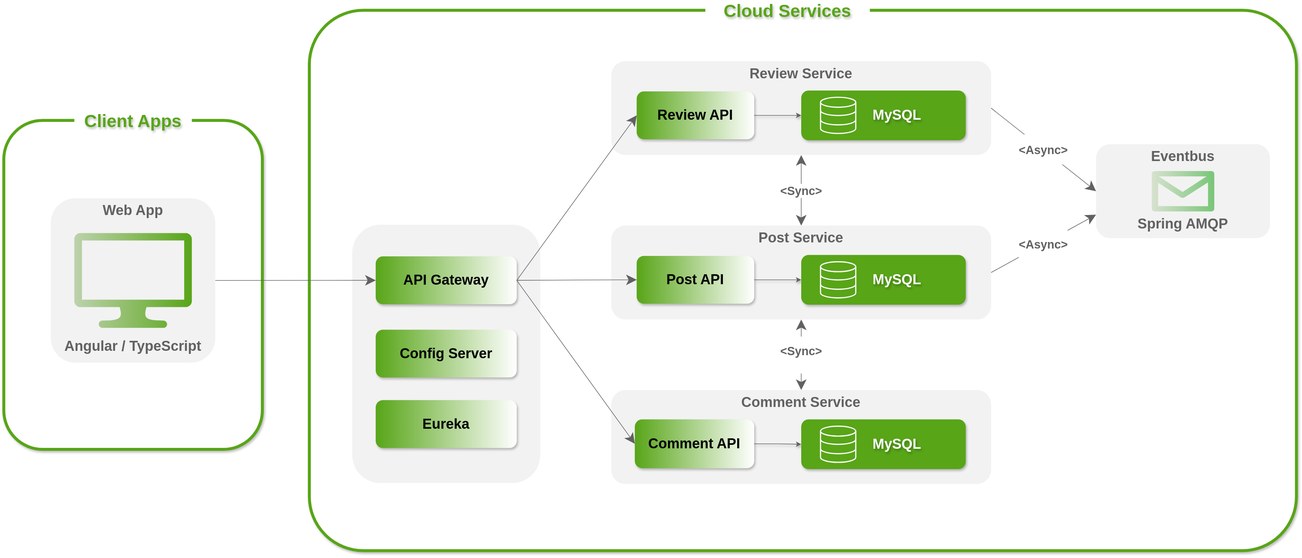
This is architecture/architecture.drawio.svg from pxlit-projects/project-Su-zenGeurtsPXL-1, a draw.io export, as it was before one commit. Source tidied: cells renumbered, new cells last; positions are measured from the earlier drawing's top-left corner, leaving out a move shared by most shapes.
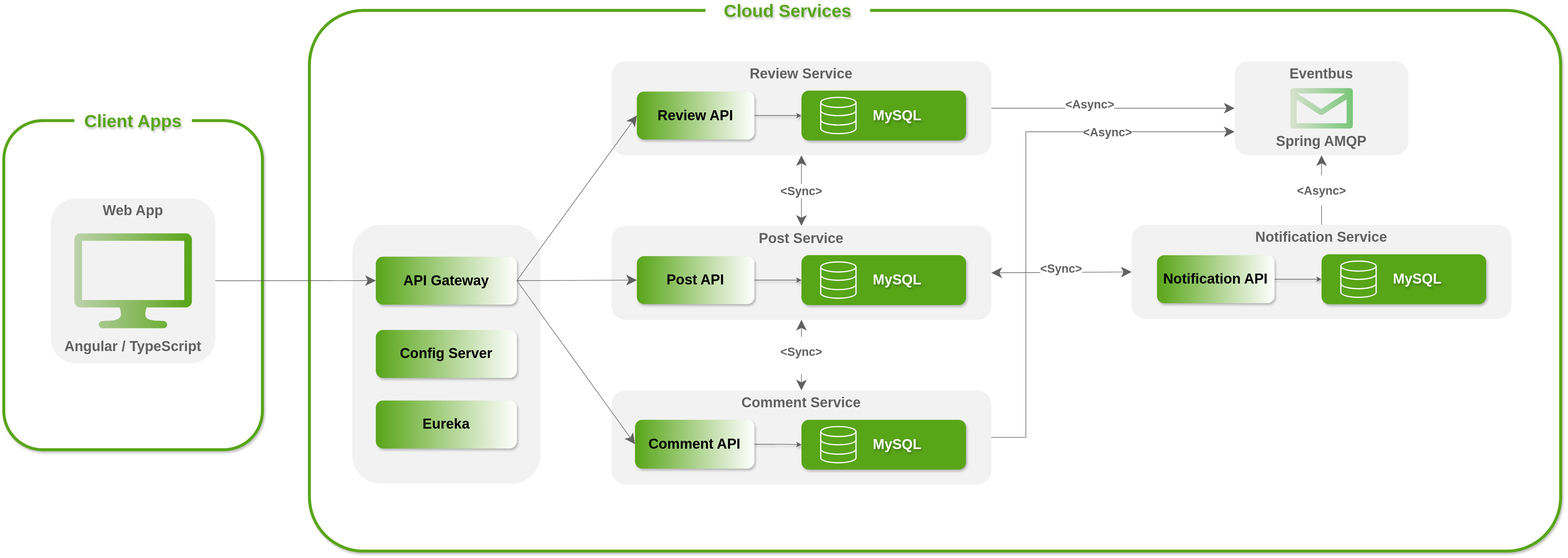
The same file after the commit.

Commit message:
[SETUP] #1 Updated architecture

Diff of the diagram source:
```diff
@@ -3,7 +3,7 @@
     <mxCell id="0" />
     <mxCell id="1" parent="0" />
     <mxCell id="2" value="00" style="rounded=1;whiteSpace=wrap;html=1;strokeColor=#58A518;strokeWidth=5;shadow=1;glass=0;fillColor=default;arcSize=10;" parent="1" vertex="1">
-      <mxGeometry x="520" y="14" width="1680" height="920" as="geometry" />
+      <mxGeometry x="520" y="14" width="2129" height="920" as="geometry" />
     </mxCell>
     <mxCell id="3" style="rounded=1;whiteSpace=wrap;html=1;strokeColor=none;fillColor=#F2F2F2;verticalAlign=top;fontStyle=1;fontColor=#616161;fontSize=24;align=center;gradientColor=none;" parent="1" vertex="1">
       <mxGeometry x="593" y="379" width="320" height="440" as="geometry" />
@@ -75,10 +75,12 @@
       <mxGeometry relative="1" as="geometry" />
     </mxCell>
     <mxCell id="26" value="Eventbus" style="rounded=1;whiteSpace=wrap;html=1;strokeColor=none;fillColor=#f2f2f2;verticalAlign=top;fontStyle=1;fontColor=#616161;fontSize=24;align=center;" parent="1" vertex="1">
-      <mxGeometry x="1859" y="242" width="296" height="160" as="geometry" />
+      <mxGeometry x="2094.2" y="100.5" width="296" height="160" as="geometry" />
     </mxCell>
     <mxCell id="27" value="&lt;br&gt;&lt;span style=&quot;color: rgb(97, 97, 97); font-family: Helvetica; font-size: 20px; font-style: normal; font-variant-ligatures: normal; font-variant-caps: normal; font-weight: 700; letter-spacing: normal; orphans: 2; text-align: center; text-indent: 0px; text-transform: none; widows: 2; word-spacing: 0px; -webkit-text-stroke-width: 0px; white-space: nowrap; background-color: rgb(255, 255, 255); text-decoration-thickness: initial; text-decoration-style: initial; text-decoration-color: initial; display: inline !important; float: none;&quot;&gt;&amp;lt;Async&amp;gt;&lt;/span&gt;&lt;div&gt;&lt;br/&gt;&lt;/div&gt;" style="rounded=0;jettySize=auto;html=1;startArrow=classic;startFill=1;endArrow=none;endFill=0;endSize=15;startSize=15;strokeColor=#616161;entryX=1;entryY=0.5;entryDx=0;entryDy=0;exitX=0;exitY=0.5;exitDx=0;exitDy=0;" parent="1" edge="1" source="26" target="12">
-      <mxGeometry relative="1" as="geometry" />
+      <mxGeometry x="0.18" y="-8" relative="1" as="geometry">
+        <mxPoint x="-1" as="offset" />
+      </mxGeometry>
     </mxCell>
     <mxCell id="28" style="rounded=0;jettySize=auto;html=1;startArrow=classic;startFill=1;endArrow=none;endFill=0;endSize=15;startSize=15;strokeColor=#616161;entryX=1;entryY=0.5;entryDx=0;entryDy=0;exitX=0;exitY=0.5;exitDx=0;exitDy=0;" parent="1" edge="1" source="18" target="8">
       <mxGeometry relative="1" as="geometry" />
@@ -104,14 +106,41 @@
     <mxCell id="35" style="sketch=0;shadow=0;dashed=0;html=1;strokeColor=none;fillColor=#58A518;labelPosition=center;verticalLabelPosition=bottom;verticalAlign=top;align=center;shape=mxgraph.office.devices.lcd_monitor;fontColor=#000000;gradientColor=#BDD2AC;gradientDirection=west;" parent="1" vertex="1">
       <mxGeometry x="120" y="393.3" width="200" height="161.4" as="geometry" />
     </mxCell>
-    <mxCell id="36" value="&lt;br&gt;&lt;span style=&quot;color: rgb(97, 97, 97); font-family: Helvetica; font-size: 20px; font-style: normal; font-variant-ligatures: normal; font-variant-caps: normal; font-weight: 700; letter-spacing: normal; orphans: 2; text-align: center; text-indent: 0px; text-transform: none; widows: 2; word-spacing: 0px; -webkit-text-stroke-width: 0px; white-space: nowrap; background-color: rgb(255, 255, 255); text-decoration-thickness: initial; text-decoration-style: initial; text-decoration-color: initial; display: inline !important; float: none;&quot;&gt;&amp;lt;Async&amp;gt;&lt;/span&gt;&lt;div&gt;&lt;br/&gt;&lt;/div&gt;" style="rounded=0;jettySize=auto;html=1;startArrow=classic;startFill=1;endArrow=none;endFill=0;endSize=15;startSize=15;strokeColor=#616161;entryX=1;entryY=0.5;entryDx=0;entryDy=0;exitX=0;exitY=0.75;exitDx=0;exitDy=0;" parent="1" edge="1" source="26" target="16">
+    <mxCell id="36" value="&lt;br&gt;&lt;span style=&quot;color: rgb(97, 97, 97); font-family: Helvetica; font-size: 20px; font-style: normal; font-variant-ligatures: normal; font-variant-caps: normal; font-weight: 700; letter-spacing: normal; orphans: 2; text-align: center; text-indent: 0px; text-transform: none; widows: 2; word-spacing: 0px; -webkit-text-stroke-width: 0px; white-space: nowrap; background-color: rgb(255, 255, 255); text-decoration-thickness: initial; text-decoration-style: initial; text-decoration-color: initial; display: inline !important; float: none;&quot;&gt;&amp;lt;Async&amp;gt;&lt;/span&gt;&lt;div&gt;&lt;br/&gt;&lt;/div&gt;" style="rounded=0;jettySize=auto;html=1;startArrow=classic;startFill=1;endArrow=none;endFill=0;endSize=15;startSize=15;strokeColor=#616161;entryX=0.5;entryY=0;entryDx=0;entryDy=0;exitX=0.5;exitY=1;exitDx=0;exitDy=0;" parent="1" edge="1" source="26" target="39">
       <mxGeometry relative="1" as="geometry" />
     </mxCell>
     <mxCell id="37" value="Spring AMQP" style="text;html=1;align=center;verticalAlign=middle;whiteSpace=wrap;rounded=0;fontSize=24;fontStyle=1;fontColor=#616161;" parent="1" vertex="1">
-      <mxGeometry x="1882" y="363.3" width="250" height="30" as="geometry" />
+      <mxGeometry x="2117.2" y="221.8" width="250" height="30" as="geometry" />
     </mxCell>
     <mxCell id="38" style="verticalLabelPosition=bottom;html=1;verticalAlign=top;align=center;strokeColor=none;fillColor=#009900;shape=mxgraph.azure.message;gradientColor=#BDD2AC;gradientDirection=west;" parent="1" vertex="1">
-      <mxGeometry x="1953.5" y="287.6" width="107" height="68.8" as="geometry" />
+      <mxGeometry x="2188.7" y="146.1" width="107" height="68.8" as="geometry" />
     </mxCell>
+    <mxCell id="39" value="Notification Service" style="rounded=1;whiteSpace=wrap;html=1;strokeColor=none;fillColor=#f2f2f2;verticalAlign=top;fontStyle=1;fontColor=#616161;fontSize=24;align=center;" parent="1" vertex="1">
+      <mxGeometry x="1919" y="379" width="646.4" height="160" as="geometry" />
+    </mxCell>
+    <mxCell id="40" style="edgeStyle=orthogonalEdgeStyle;rounded=0;jettySize=auto;html=1;exitX=1;exitY=0.5;exitDx=0;exitDy=0;entryX=0;entryY=0.5;entryDx=0;entryDy=0;strokeColor=#616161;textShadow=1;shadow=1;" parent="1" edge="1" source="41" target="42">
+      <mxGeometry relative="1" as="geometry" />
+    </mxCell>
+    <mxCell id="41" value="&lt;b style=&quot;font-size: 24px;&quot;&gt;&lt;font style=&quot;font-size: 24px;&quot;&gt;Notification API&lt;/font&gt;&lt;/b&gt;" style="text;html=1;align=center;verticalAlign=middle;whiteSpace=wrap;rounded=1;fillColor=default;shadow=1;glass=0;fillStyle=auto;gradientColor=#58A518;gradientDirection=west;fontColor=default;strokeColor=none;fontSize=24;" parent="1" vertex="1">
+      <mxGeometry x="1962.2" y="430.6" width="200" height="81.5" as="geometry" />
+    </mxCell>
+    <mxCell id="42" value="&amp;nbsp; &amp;nbsp; &amp;nbsp; &amp;nbsp;MySQL" style="rounded=1;whiteSpace=wrap;html=1;strokeColor=none;fillColor=#58A518;verticalAlign=middle;fontStyle=1;fontColor=#FFFFFF;fontSize=24;align=center;textShadow=1;shadow=1;" parent="1" vertex="1">
+      <mxGeometry x="2242.2" y="429" width="280" height="84.8" as="geometry" />
+    </mxCell>
+    <mxCell id="43" value="&#10;&lt;span style=&quot;color: rgb(97, 97, 97); font-family: Helvetica; font-size: 20px; font-style: normal; font-variant-ligatures: normal; font-variant-caps: normal; font-weight: 700; letter-spacing: normal; orphans: 2; text-align: center; text-indent: 0px; text-transform: none; widows: 2; word-spacing: 0px; -webkit-text-stroke-width: 0px; white-space: nowrap; background-color: rgb(255, 255, 255); text-decoration-thickness: initial; text-decoration-style: initial; text-decoration-color: initial; display: inline !important; float: none;&quot;&gt;&amp;lt;Sync&amp;gt;&lt;/span&gt;&#10;&#10;" style="rounded=0;jettySize=auto;html=1;startArrow=classic;startFill=1;endArrow=classic;endFill=1;endSize=15;startSize=15;strokeColor=#616161;entryX=1;entryY=0.5;entryDx=0;entryDy=0;exitX=0;exitY=0.5;exitDx=0;exitDy=0;" parent="1" edge="1" source="39" target="16">
+      <mxGeometry relative="1" as="geometry" />
+    </mxCell>
+    <mxCell id="44" style="html=1;verticalLabelPosition=bottom;align=center;labelBackgroundColor=#ffffff;verticalAlign=top;strokeWidth=2;strokeColor=#FFFFFF;shadow=0;dashed=0;shape=mxgraph.ios7.icons.data;fillColor=#58A518;" parent="1" vertex="1">
+      <mxGeometry x="2275" y="440.6" width="60" height="61.6" as="geometry" />
+    </mxCell>
+    <mxCell id="45" value="&lt;br&gt;&lt;span style=&quot;color: rgb(97, 97, 97); font-family: Helvetica; font-size: 20px; font-style: normal; font-variant-ligatures: normal; font-variant-caps: normal; font-weight: 700; letter-spacing: normal; orphans: 2; text-align: center; text-indent: 0px; text-transform: none; widows: 2; word-spacing: 0px; -webkit-text-stroke-width: 0px; white-space: nowrap; background-color: rgb(255, 255, 255); text-decoration-thickness: initial; text-decoration-style: initial; text-decoration-color: initial; display: inline !important; float: none;&quot;&gt;&amp;lt;Async&amp;gt;&lt;/span&gt;&lt;div&gt;&lt;br/&gt;&lt;/div&gt;" style="rounded=0;jettySize=auto;html=1;startArrow=classic;startFill=1;endArrow=none;endFill=0;endSize=15;startSize=15;strokeColor=#616161;entryX=1;entryY=0.5;entryDx=0;entryDy=0;exitX=0;exitY=0.75;exitDx=0;exitDy=0;edgeStyle=orthogonalEdgeStyle;" parent="1" edge="1" source="26" target="20">
+      <mxGeometry x="-0.54" relative="1" as="geometry">
+        <Array as="points">
+          <mxPoint x="1739" y="220" />
+          <mxPoint x="1739" y="740" />
+        </Array>
+        <mxPoint x="-1" as="offset" />
+      </mxGeometry>
+    </mxCell>
   </root>
 </mxGraphModel>
```
